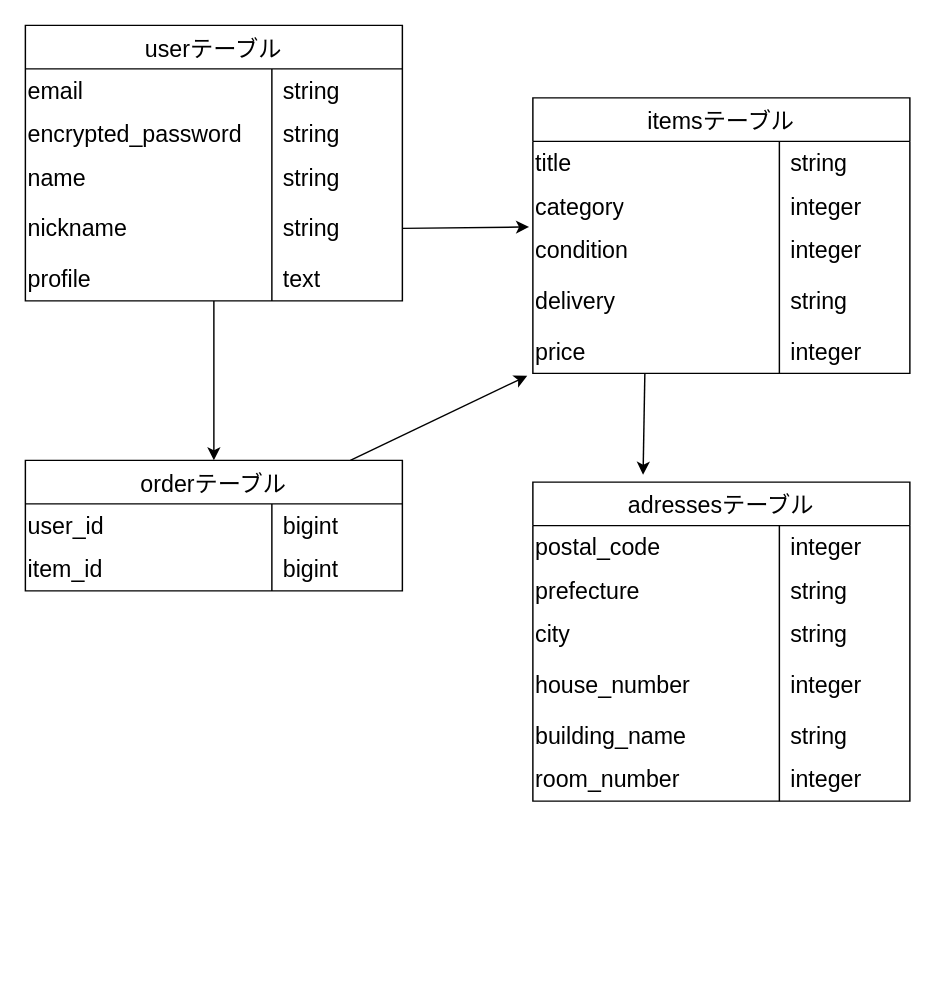
The draw.io diagram er.dio in hanari196/furima-42504, before the edit. Source tidied: cells renumbered, new cells numbered last; positions are measured from the earlier drawing's top-left corner, leaving out a move shared by most shapes. Both pictures are drawn from the tidied source at 145%, with x=0, y=0 at pixel (25, 25).
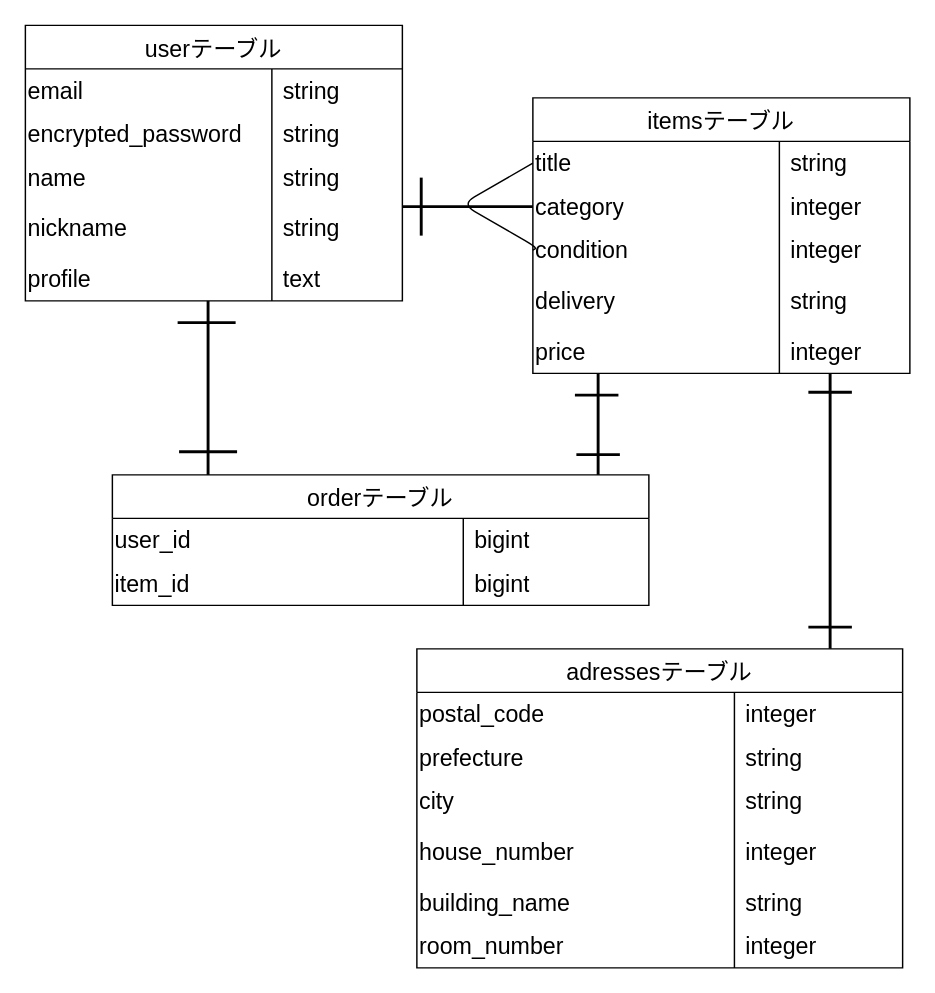
After the change.

Unchanged cells that the change refers to:
```xml
<mxCell id="21" value="itemsテーブル" style="shape=table;startSize=30;childLayout=tableLayout;rowLines=0;fontStyle=0;strokeColor=default;fontSize=16;align=center;" parent="1" vertex="1">
  <mxGeometry x="350" y="50" width="260" height="190" as="geometry" />
</mxCell>
<mxCell id="22" style="shape=tableRow;horizontal=0;startSize=0;swimlaneHead=0;swimlaneBody=0;top=0;left=0;bottom=0;right=0;fillColor=none;points=[[0,0.5],[1,0.5]];portConstraint=eastwest;strokeColor=inherit;fontSize=16;" parent="21" vertex="1">
  <mxGeometry y="30" width="260" height="30" as="geometry" />
</mxCell>
<mxCell id="25" style="shape=tableRow;horizontal=0;startSize=0;swimlaneHead=0;swimlaneBody=0;top=0;left=0;bottom=0;right=0;fillColor=none;points=[[0,0.5],[1,0.5]];portConstraint=eastwest;strokeColor=inherit;fontSize=16;" parent="21" vertex="1">
  <mxGeometry y="60" width="260" height="30" as="geometry" />
</mxCell>
<mxCell id="28" style="shape=tableRow;horizontal=0;startSize=0;swimlaneHead=0;swimlaneBody=0;top=0;left=0;bottom=0;right=0;fillColor=none;points=[[0,0.5],[1,0.5]];portConstraint=eastwest;strokeColor=inherit;fontSize=16;" parent="21" vertex="1">
  <mxGeometry y="90" width="260" height="30" as="geometry" />
</mxCell>
<mxCell id="34" style="shape=tableRow;horizontal=0;startSize=0;swimlaneHead=0;swimlaneBody=0;top=0;left=0;bottom=0;right=0;fillColor=none;points=[[0,0.5],[1,0.5]];portConstraint=eastwest;strokeColor=inherit;fontSize=16;" parent="21" vertex="1">
  <mxGeometry y="160" width="260" height="30" as="geometry" />
</mxCell>
<mxCell id="54" style="shape=tableRow;horizontal=0;startSize=0;swimlaneHead=0;swimlaneBody=0;top=0;left=0;bottom=0;right=0;fillColor=none;points=[[0,0.5],[1,0.5]];portConstraint=eastwest;strokeColor=inherit;fontSize=16;" parent="44" vertex="1">
  <mxGeometry y="120" width="260" height="40" as="geometry" />
</mxCell>
<mxCell id="57" style="shape=tableRow;horizontal=0;startSize=0;swimlaneHead=0;swimlaneBody=0;top=0;left=0;bottom=0;right=0;fillColor=none;points=[[0,0.5],[1,0.5]];portConstraint=eastwest;strokeColor=inherit;fontSize=16;" parent="44" vertex="1">
  <mxGeometry y="160" width="260" height="30" as="geometry" />
</mxCell>
```

The edit, as a diff of the source:
```diff
@@
     <mxCell id="2" value="adressesテーブル" style="shape=table;startSize=30;childLayout=tableLayout;rowLines=0;fontStyle=0;strokeColor=default;fontSize=16;align=center;" parent="1" vertex="1">
-      <mxGeometry x="350" y="315" width="260" height="220" as="geometry" />
+      <mxGeometry x="270" y="430" width="335" height="220" as="geometry" />
     </mxCell>
     <mxCell id="3" style="shape=tableRow;horizontal=0;startSize=0;swimlaneHead=0;swimlaneBody=0;top=0;left=0;bottom=0;right=0;fillColor=none;strokeColor=inherit;fontSize=16;" parent="2" vertex="1">
-      <mxGeometry y="30" width="260" height="30" as="geometry" />
+      <mxGeometry y="30" width="335" height="30" as="geometry" />
     </mxCell>
     <mxCell id="4" value="postal_code" style="shape=partialRectangle;html=1;whiteSpace=wrap;fillColor=none;top=0;left=0;bottom=0;right=0;overflow=hidden;strokeColor=inherit;fontSize=16;align=left;" parent="3" vertex="1">
-      <mxGeometry width="170" height="30" as="geometry" />
+      <mxGeometry width="219" height="30" as="geometry" />
     </mxCell>
     <mxCell id="5" value="integer" style="shape=partialRectangle;html=1;whiteSpace=wrap;fillColor=none;top=0;left=0;bottom=0;right=0;align=left;spacingLeft=6;overflow=hidden;strokeColor=inherit;fontSize=16;" parent="3" vertex="1">
-      <mxGeometry x="170" width="90" height="30" as="geometry" />
+      <mxGeometry x="219" width="116" height="30" as="geometry" />
     </mxCell>
     <mxCell id="6" style="shape=tableRow;horizontal=0;startSize=0;swimlaneHead=0;swimlaneBody=0;top=0;left=0;bottom=0;right=0;fillColor=none;strokeColor=inherit;fontSize=16;" parent="2" vertex="1">
-      <mxGeometry y="60" width="260" height="30" as="geometry" />
+      <mxGeometry y="60" width="335" height="30" as="geometry" />
     </mxCell>
     <mxCell id="7" value="prefecture&lt;span style=&quot;white-space: pre;&quot;&gt;&#9;&lt;/span&gt;" style="shape=partialRectangle;html=1;whiteSpace=wrap;fillColor=none;top=0;left=0;bottom=0;right=0;overflow=hidden;strokeColor=inherit;fontSize=16;align=left;" parent="6" vertex="1">
-      <mxGeometry width="170" height="30" as="geometry" />
+      <mxGeometry width="219" height="30" as="geometry" />
     </mxCell>
     <mxCell id="8" value="&lt;span style=&quot;color: rgb(0, 0, 0);&quot;&gt;string&lt;/span&gt;" style="shape=partialRectangle;html=1;whiteSpace=wrap;fillColor=none;top=0;left=0;bottom=0;right=0;align=left;spacingLeft=6;overflow=hidden;strokeColor=inherit;fontSize=16;" parent="6" vertex="1">
-      <mxGeometry x="170" width="90" height="30" as="geometry" />
+      <mxGeometry x="219" width="116" height="30" as="geometry" />
     </mxCell>
     <mxCell id="9" style="shape=tableRow;horizontal=0;startSize=0;swimlaneHead=0;swimlaneBody=0;top=0;left=0;bottom=0;right=0;fillColor=none;strokeColor=inherit;fontSize=16;" parent="2" vertex="1">
-      <mxGeometry y="90" width="260" height="30" as="geometry" />
+      <mxGeometry y="90" width="335" height="30" as="geometry" />
     </mxCell>
     <mxCell id="10" value="city" style="shape=partialRectangle;html=1;whiteSpace=wrap;fillColor=none;top=0;left=0;bottom=0;right=0;overflow=hidden;strokeColor=inherit;fontSize=16;align=left;" parent="9" vertex="1">
-      <mxGeometry width="170" height="30" as="geometry" />
+      <mxGeometry width="219" height="30" as="geometry" />
     </mxCell>
     <mxCell id="11" value="&lt;span style=&quot;color: rgb(0, 0, 0);&quot;&gt;string&lt;/span&gt;" style="shape=partialRectangle;html=1;whiteSpace=wrap;fillColor=none;top=0;left=0;bottom=0;right=0;align=left;spacingLeft=6;overflow=hidden;strokeColor=inherit;fontSize=16;" parent="9" vertex="1">
-      <mxGeometry x="170" width="90" height="30" as="geometry" />
+      <mxGeometry x="219" width="116" height="30" as="geometry" />
     </mxCell>
     <mxCell id="12" style="shape=tableRow;horizontal=0;startSize=0;swimlaneHead=0;swimlaneBody=0;top=0;left=0;bottom=0;right=0;fillColor=none;strokeColor=inherit;fontSize=16;" parent="2" vertex="1">
-      <mxGeometry y="120" width="260" height="40" as="geometry" />
+      <mxGeometry y="120" width="335" height="40" as="geometry" />
     </mxCell>
     <mxCell id="13" value="house_number" style="shape=partialRectangle;html=1;whiteSpace=wrap;fillColor=none;top=0;left=0;bottom=0;right=0;overflow=hidden;strokeColor=inherit;fontSize=16;align=left;" parent="12" vertex="1">
-      <mxGeometry width="170" height="40" as="geometry" />
+      <mxGeometry width="219" height="40" as="geometry" />
     </mxCell>
     <mxCell id="14" value="&lt;span style=&quot;color: rgb(0, 0, 0);&quot;&gt;integer&lt;/span&gt;" style="shape=partialRectangle;html=1;whiteSpace=wrap;fillColor=none;top=0;left=0;bottom=0;right=0;align=left;spacingLeft=6;overflow=hidden;strokeColor=inherit;fontSize=16;" parent="12" vertex="1">
-      <mxGeometry x="170" width="90" height="40" as="geometry" />
+      <mxGeometry x="219" width="116" height="40" as="geometry" />
     </mxCell>
     <mxCell id="15" style="shape=tableRow;horizontal=0;startSize=0;swimlaneHead=0;swimlaneBody=0;top=0;left=0;bottom=0;right=0;fillColor=none;strokeColor=inherit;fontSize=16;" parent="2" vertex="1">
-      <mxGeometry y="160" width="260" height="30" as="geometry" />
+      <mxGeometry y="160" width="335" height="30" as="geometry" />
     </mxCell>
     <mxCell id="16" value="building_name" style="shape=partialRectangle;html=1;whiteSpace=wrap;fillColor=none;top=0;left=0;bottom=0;right=0;overflow=hidden;strokeColor=inherit;fontSize=16;align=left;" parent="15" vertex="1">
-      <mxGeometry width="170" height="30" as="geometry" />
+      <mxGeometry width="219" height="30" as="geometry" />
     </mxCell>
     <mxCell id="17" value="&lt;span style=&quot;color: rgb(0, 0, 0);&quot;&gt;string&lt;/span&gt;" style="shape=partialRectangle;html=1;whiteSpace=wrap;fillColor=none;top=0;left=0;bottom=0;right=0;align=left;spacingLeft=6;overflow=hidden;strokeColor=inherit;fontSize=16;" parent="15" vertex="1">
-      <mxGeometry x="170" width="90" height="30" as="geometry" />
+      <mxGeometry x="219" width="116" height="30" as="geometry" />
     </mxCell>
     <mxCell id="18" style="shape=tableRow;horizontal=0;startSize=0;swimlaneHead=0;swimlaneBody=0;top=0;left=0;bottom=0;right=0;fillColor=none;strokeColor=inherit;fontSize=16;" parent="2" vertex="1">
-      <mxGeometry y="190" width="260" height="30" as="geometry" />
+      <mxGeometry y="190" width="335" height="30" as="geometry" />
     </mxCell>
     <mxCell id="19" value="room_number" style="shape=partialRectangle;html=1;whiteSpace=wrap;fillColor=none;top=0;left=0;bottom=0;right=0;overflow=hidden;strokeColor=inherit;fontSize=16;align=left;" parent="18" vertex="1">
-      <mxGeometry width="170" height="30" as="geometry" />
+      <mxGeometry width="219" height="30" as="geometry" />
     </mxCell>
     <mxCell id="20" value="integer" style="shape=partialRectangle;html=1;whiteSpace=wrap;fillColor=none;top=0;left=0;bottom=0;right=0;align=left;spacingLeft=6;overflow=hidden;strokeColor=inherit;fontSize=16;" parent="18" vertex="1">
-      <mxGeometry x="170" width="90" height="30" as="geometry" />
+      <mxGeometry x="219" width="116" height="30" as="geometry" />
     </mxCell>
@@
+    <mxCell id="64" style="edgeStyle=isometricEdgeStyle;endArrow=none;html=1;entryX=0;entryY=0.5;entryDx=0;entryDy=0;strokeColor=default;exitX=0;exitY=0.5;exitDx=0;exitDy=0;" parent="21" edge="1" source="28" target="22">
+      <mxGeometry relative="1" as="geometry">
+        <Array as="points">
+          <mxPoint x="-20" y="90" />
+        </Array>
+      </mxGeometry>
+    </mxCell>
     <mxCell id="37" value="orderテーブル" style="shape=table;startSize=30;childLayout=tableLayout;rowLines=0;fontStyle=0;strokeColor=default;fontSize=16;align=center;" parent="1" vertex="1">
-      <mxGeometry y="300" width="260" height="90" as="geometry" />
+      <mxGeometry x="60" y="310" width="370" height="90" as="geometry" />
     </mxCell>
     <mxCell id="38" style="shape=tableRow;horizontal=0;startSize=0;swimlaneHead=0;swimlaneBody=0;top=0;left=0;bottom=0;right=0;fillColor=none;strokeColor=inherit;fontSize=16;" parent="37" vertex="1">
-      <mxGeometry y="30" width="260" height="30" as="geometry" />
+      <mxGeometry y="30" width="370" height="30" as="geometry" />
     </mxCell>
     <mxCell id="39" value="user_id" style="shape=partialRectangle;html=1;whiteSpace=wrap;fillColor=none;top=0;left=0;bottom=0;right=0;overflow=hidden;strokeColor=inherit;fontSize=16;align=left;" parent="38" vertex="1">
-      <mxGeometry width="170" height="30" as="geometry" />
+      <mxGeometry width="242" height="30" as="geometry" />
     </mxCell>
     <mxCell id="40" value="&lt;span style=&quot;color: rgb(0, 0, 0);&quot;&gt;bigint&lt;/span&gt;" style="shape=partialRectangle;html=1;whiteSpace=wrap;fillColor=none;top=0;left=0;bottom=0;right=0;align=left;spacingLeft=6;overflow=hidden;strokeColor=inherit;fontSize=16;" parent="38" vertex="1">
-      <mxGeometry x="170" width="90" height="30" as="geometry" />
+      <mxGeometry x="242" width="128" height="30" as="geometry" />
     </mxCell>
     <mxCell id="41" style="shape=tableRow;horizontal=0;startSize=0;swimlaneHead=0;swimlaneBody=0;top=0;left=0;bottom=0;right=0;fillColor=none;strokeColor=inherit;fontSize=16;" parent="37" vertex="1">
-      <mxGeometry y="60" width="260" height="30" as="geometry" />
+      <mxGeometry y="60" width="370" height="30" as="geometry" />
     </mxCell>
     <mxCell id="42" value="item_id" style="shape=partialRectangle;html=1;whiteSpace=wrap;fillColor=none;top=0;left=0;bottom=0;right=0;overflow=hidden;strokeColor=inherit;fontSize=16;align=left;" parent="41" vertex="1">
-      <mxGeometry width="170" height="30" as="geometry" />
+      <mxGeometry width="242" height="30" as="geometry" />
     </mxCell>
     <mxCell id="43" value="&lt;span style=&quot;color: rgb(0, 0, 0);&quot;&gt;bigint&lt;/span&gt;" style="shape=partialRectangle;html=1;whiteSpace=wrap;fillColor=none;top=0;left=0;bottom=0;right=0;align=left;spacingLeft=6;overflow=hidden;strokeColor=inherit;fontSize=16;" parent="41" vertex="1">
-      <mxGeometry x="170" width="90" height="30" as="geometry" />
+      <mxGeometry x="242" width="128" height="30" as="geometry" />
     </mxCell>
@@
-    <mxCell id="60" style="edgeStyle=none;html=1;exitX=0.297;exitY=1.011;exitDx=0;exitDy=0;exitPerimeter=0;" parent="1" edge="1" source="34">
-      <mxGeometry relative="1" as="geometry">
-        <mxPoint x="426" y="310" as="targetPoint" />
-      </mxGeometry>
-    </mxCell>
-    <mxCell id="61" style="edgeStyle=none;html=1;entryX=0.5;entryY=0;entryDx=0;entryDy=0;" parent="1" edge="1" source="57" target="37">
-      <mxGeometry relative="1" as="geometry" />
-    </mxCell>
-    <mxCell id="62" style="edgeStyle=none;html=1;exitX=1;exitY=0.5;exitDx=0;exitDy=0;entryX=-0.01;entryY=0.967;entryDx=0;entryDy=0;entryPerimeter=0;" parent="1" edge="1" source="54" target="25">
-      <mxGeometry relative="1" as="geometry" />
-    </mxCell>
-    <mxCell id="63" style="edgeStyle=none;html=1;entryX=-0.015;entryY=1.056;entryDx=0;entryDy=0;entryPerimeter=0;" parent="1" edge="1" source="37" target="34">
-      <mxGeometry relative="1" as="geometry" />
-    </mxCell>
+    <mxCell id="65" style="line;strokeWidth=2;direction=south;html=1;" parent="1" vertex="1">
+      <mxGeometry x="121" y="190" width="10" height="120" as="geometry" />
+    </mxCell>
+    <mxCell id="66" style="line;strokeWidth=2;html=1;" parent="1" vertex="1">
+      <mxGeometry x="260" y="120" width="90" height="10" as="geometry" />
+    </mxCell>
+    <mxCell id="67" style="line;strokeWidth=2;direction=south;html=1;" parent="1" vertex="1">
+      <mxGeometry x="550" y="240" width="10" height="190" as="geometry" />
+    </mxCell>
+    <mxCell id="68" style="line;strokeWidth=2;direction=south;html=1;" parent="1" vertex="1">
+      <mxGeometry x="390" y="240" width="10" height="70" as="geometry" />
+    </mxCell>
+    <mxCell id="69" style="line;strokeWidth=2;direction=south;html=1;" parent="1" vertex="1">
+      <mxGeometry x="263" y="105" width="20" height="40" as="geometry" />
+    </mxCell>
+    <mxCell id="70" style="line;strokeWidth=2;html=1;" parent="1" vertex="1">
+      <mxGeometry x="105" y="200" width="40" height="10" as="geometry" />
+    </mxCell>
+    <mxCell id="71" style="line;strokeWidth=2;html=1;" parent="1" vertex="1">
+      <mxGeometry x="540" y="248" width="30" height="10" as="geometry" />
+    </mxCell>
+    <mxCell id="72" style="line;strokeWidth=2;html=1;" parent="1" vertex="1">
+      <mxGeometry x="540" y="410" width="30" height="10" as="geometry" />
+    </mxCell>
+    <mxCell id="73" style="line;strokeWidth=2;html=1;" parent="1" vertex="1">
+      <mxGeometry x="106" y="289" width="40" height="10" as="geometry" />
+    </mxCell>
+    <mxCell id="74" style="line;strokeWidth=2;html=1;" parent="1" vertex="1">
+      <mxGeometry x="380" y="291" width="30" height="10" as="geometry" />
+    </mxCell>
+    <mxCell id="75" style="line;strokeWidth=2;html=1;" parent="1" vertex="1">
+      <mxGeometry x="379" y="250" width="30" height="10" as="geometry" />
+    </mxCell>
```
